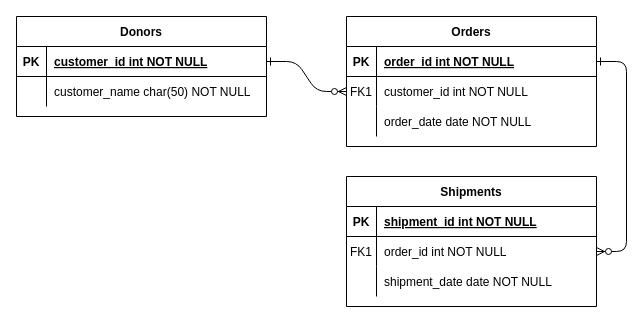
The draw.io diagram Quiz 1.drawio in Marcanicus/Intro-to-Databases, before the edit. Source tidied: cells renumbered, new cells numbered last; positions are measured from the earlier drawing's top-left corner, leaving out a move shared by most shapes. Both pictures are drawn from the tidied source at 100%, with x=0, y=0 at pixel (16, 16).
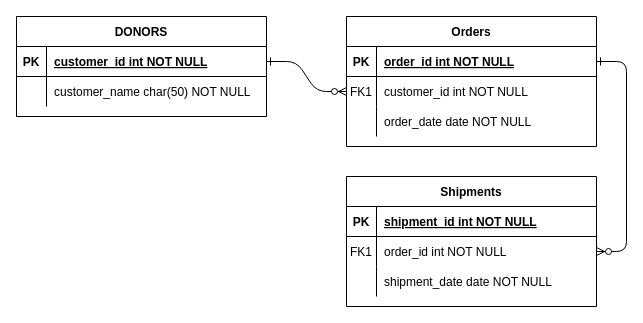
Above is the later version.

What changed in the source:
```diff
@@
-    <mxCell id="24" value="Donors" style="shape=table;startSize=30;childLayout=tableLayout;rowLines=0;fontStyle=1;align=center;" parent="1" vertex="1">
+    <mxCell id="24" value="DONORS" style="shape=table;startSize=30;childLayout=tableLayout;rowLines=0;fontStyle=1;align=center;" parent="1" vertex="1">
       <mxGeometry width="250" height="100" as="geometry" />
     </mxCell>
```
